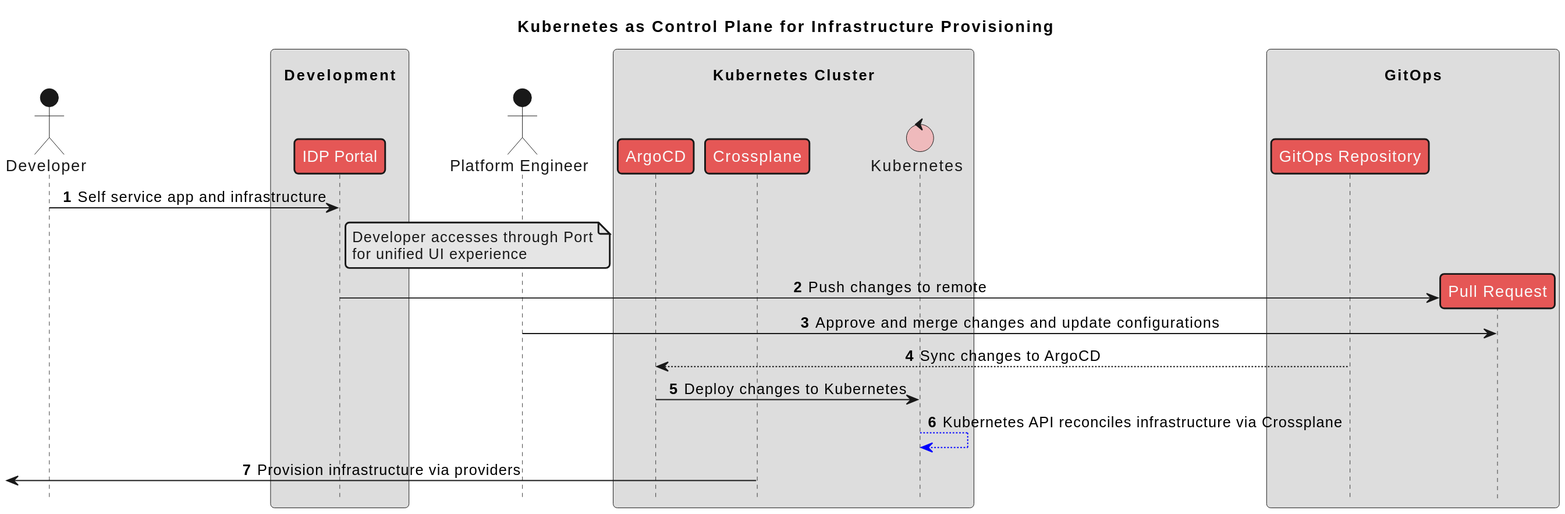
This is diagrams/rendered/control-plane-sequence.svg from Piotr1215/cloudrumble, a PlantUML export, as it was before one commit.
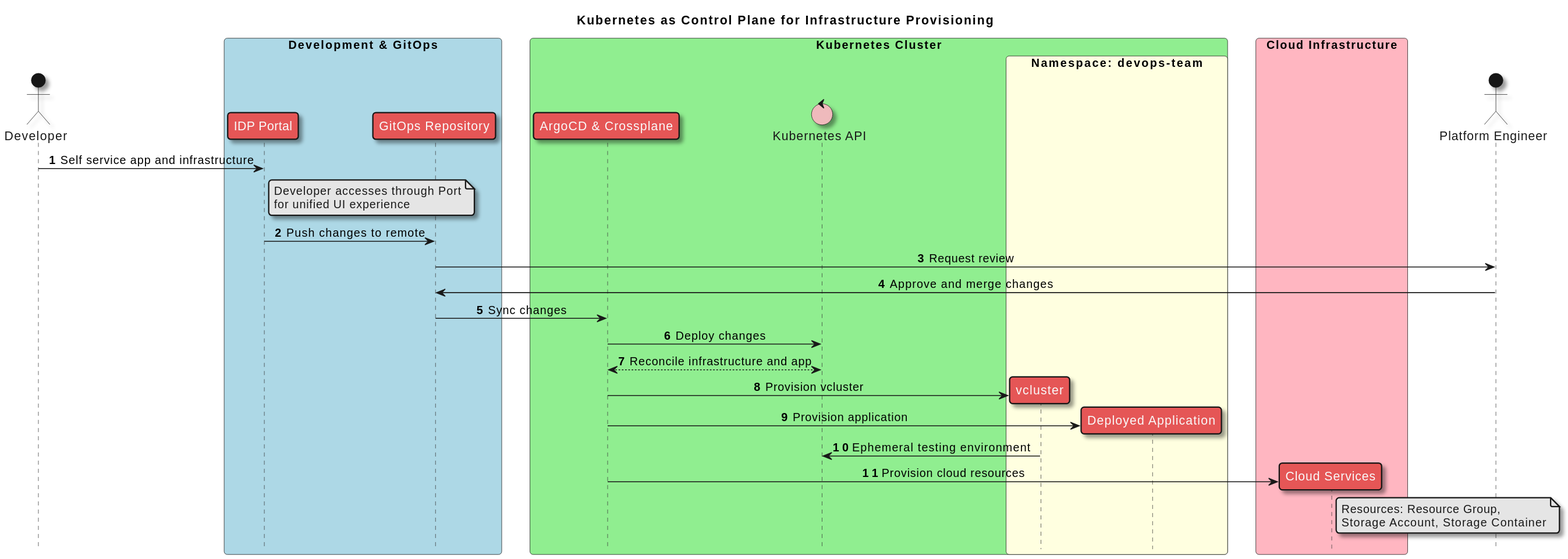
The same file after the commit.

Commit message:
diagram: simplified kubernetes platform sequence

Change to the diagram source:
```diff
@@ -3,37 +3,43 @@
 !theme mars
 hide footbox
 autonumber
-
 scale 1920x1080
 skinparam defaultTextAlignment center
 skinparam NoteTextAlignment left
-skinparam shadowing false
+skinparam shadowing true
 skinparam backgroundColor transparent
 skinparam BoxPadding 10
-
 title Kubernetes as Control Plane for Infrastructure Provisioning
 
-actor Developer as dev
-box "\nDevelopment"
-  participant "IDP Portal" as port
-  dev -> port : Self service app and infrastructure
-  note right of port : Developer accesses through Port\nfor unified UI experience
+actor "Developer" as dev
+box "Development & GitOps" #LightBlue
+    participant "IDP Portal" as port
+    participant "GitOps Repository" as git
 end box
+box "Kubernetes Cluster" #LightGreen
+    participant "ArgoCD & Crossplane" as argocp
+    control "Kubernetes API" as K8sAPI
+    box "Namespace: devops-team" #LightYellow
+        participant "vcluster" as vcluster
+        participant "Deployed Application" as app
+    end box
+end box
+box "Cloud Infrastructure" #LightPink
+    participant "Cloud Services" as cloud
+end box
+actor "Platform Engineer" as pe
 
-actor "Platform Engineer" as pe
-box "\nKubernetes Cluster"
-    participant "ArgoCD" as argo
-    participant "Crossplane" as crossplane
-    control "Kubernetes" as K8sAPI
-end box
-
-box "\nGitOps"
-participant "GitOps Repository" as git
-      port -> "Pull Request" ** : Push changes to remote
-      "Pull Request" <- pe : Approve and merge changes and update configurations
-      git --> argo : Sync changes to ArgoCD
-      argo -> K8sAPI : Deploy changes to Kubernetes
-      K8sAPI -[#blue]-> K8sAPI : Kubernetes API reconciles infrastructure via Crossplane
-      [<- crossplane : Provision infrastructure via providers
-end box
+dev -> port : Self service app and infrastructure
+note right of port : Developer accesses through Port\nfor unified UI experience
+port -> git : Push changes to remote
+git -> pe : Request review
+pe -> git : Approve and merge changes
+git -> argocp : Sync changes
+argocp -> K8sAPI : Deploy changes
+K8sAPI <--> argocp : Reconcile infrastructure and app
+argocp -> vcluster ** : Provision vcluster
+argocp -> app ** : Provision application
+vcluster -> K8sAPI : Ephemeral testing environment
+argocp -> cloud ** : Provision cloud resources
+note right of cloud : Resources: Resource Group,\nStorage Account, Storage Container
 @enduml
```
